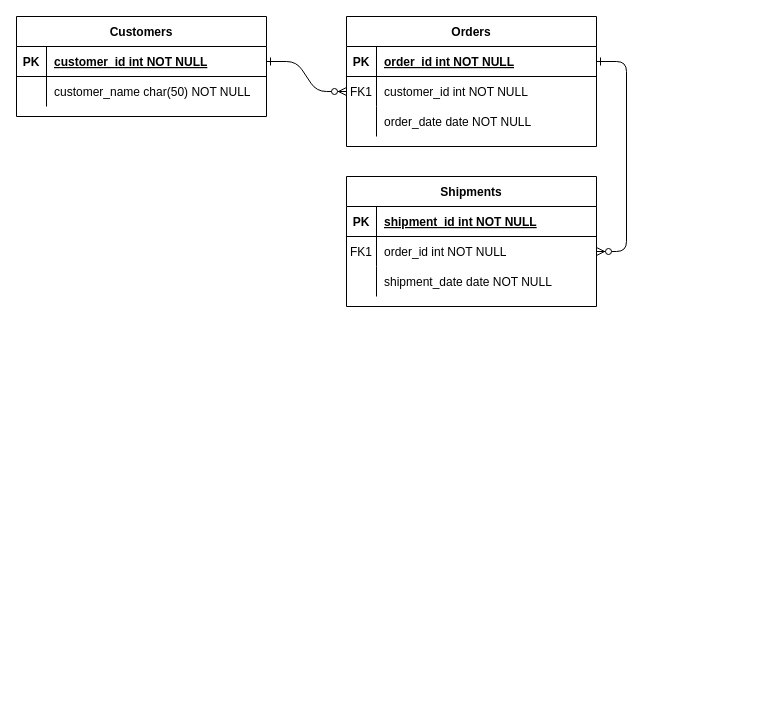
Above: Diagrama sin título.drawio in hygelinger/datasciencecoursera (draw.io), before the change. Source tidied: cells renumbered, new cells numbered last; positions are measured from the earlier drawing's top-left corner, leaving out a move shared by most shapes. Both pictures are drawn from the tidied source at 100%, with x=0, y=0 at pixel (16, 16).
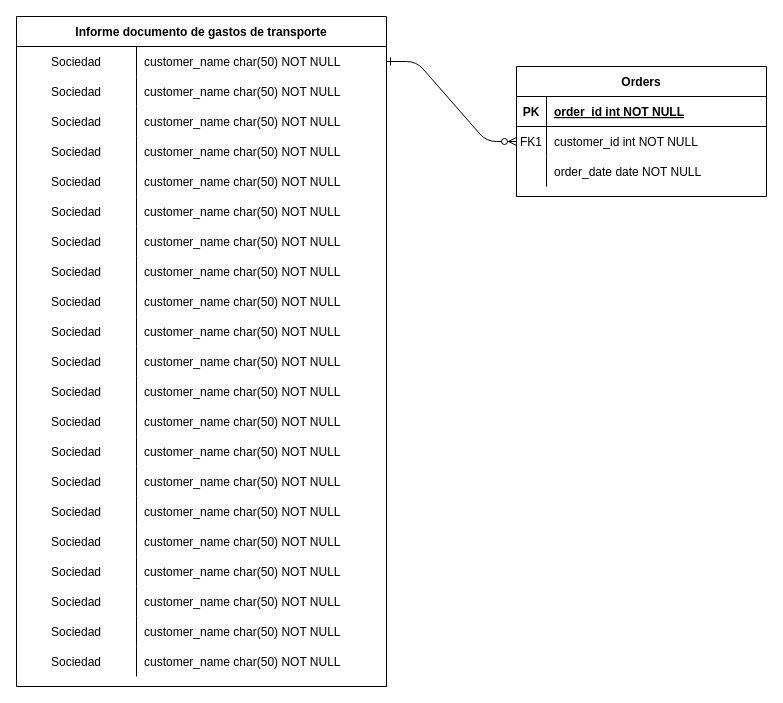
The same page after the edit.

The change refers to these unchanged cells:
```xml
<mxCell id="5" style="shape=partialRectangle;fillColor=none;points=[[0,0.5],[1,0.5]];portConstraint=eastwest;top=0;left=0;right=0;bottom=1;" parent="4" vertex="1">
  <mxGeometry y="30" width="250" height="30" as="geometry" />
</mxCell>
<mxCell id="8" style="shape=partialRectangle;fillColor=none;points=[[0,0.5],[1,0.5]];portConstraint=eastwest;top=0;left=0;right=0;bottom=0;" parent="4" vertex="1">
  <mxGeometry y="60" width="250" height="30" as="geometry" />
</mxCell>
```

What changed in the source:
```diff
@@
-    <mxCell id="2" style="edgeStyle=entityRelationEdgeStyle;endArrow=ERzeroToMany;startArrow=ERone;endFill=1;startFill=0;" parent="1" edge="1" source="25" target="8">
-      <mxGeometry relative="1" as="geometry" />
+    <mxCell id="2" style="edgeStyle=entityRelationEdgeStyle;endArrow=ERzeroToMany;startArrow=ERone;endFill=1;startFill=0;" parent="1" edge="1" target="8">
+      <mxGeometry relative="1" as="geometry">
+        <mxPoint x="370" y="45" as="sourcePoint" />
+      </mxGeometry>
     </mxCell>
-    <mxCell id="3" style="edgeStyle=entityRelationEdgeStyle;endArrow=ERzeroToMany;startArrow=ERone;endFill=1;startFill=0;" parent="1" edge="1" source="5" target="18">
-      <mxGeometry relative="1" as="geometry" />
-    </mxCell>
     <mxCell id="4" value="Orders" style="shape=table;startSize=30;childLayout=tableLayout;rowLines=0;fontStyle=1;align=center;" parent="1" vertex="1">
-      <mxGeometry x="330" width="250" height="130" as="geometry" />
+      <mxGeometry x="500" y="50" width="250" height="130" as="geometry" />
     </mxCell>
@@
-    <mxCell id="14" value="Shipments" style="shape=table;startSize=30;childLayout=tableLayout;rowLines=0;fontStyle=1;align=center;" parent="1" vertex="1">
-      <mxGeometry x="330" y="160" width="250" height="130" as="geometry" />
-    </mxCell>
-    <mxCell id="15" style="shape=partialRectangle;fillColor=none;top=0;left=0;right=0;bottom=1;" parent="14" vertex="1">
-      <mxGeometry y="30" width="250" height="30" as="geometry" />
-    </mxCell>
-    <mxCell id="16" value="PK" style="shape=partialRectangle;overflow=hidden;fillColor=none;top=0;left=0;bottom=0;right=0;fontStyle=1;" parent="15" vertex="1">
-      <mxGeometry width="30" height="30" as="geometry" />
-    </mxCell>
-    <mxCell id="17" value="shipment_id int NOT NULL " style="shape=partialRectangle;overflow=hidden;fillColor=none;top=0;left=0;bottom=0;right=0;align=left;spacingLeft=6;fontStyle=5;" parent="15" vertex="1">
-      <mxGeometry x="30" width="220" height="30" as="geometry" />
-    </mxCell>
-    <mxCell id="18" style="shape=partialRectangle;fillColor=none;points=[[0,0.5],[1,0.5]];portConstraint=eastwest;top=0;left=0;right=0;bottom=0;" parent="14" vertex="1">
-      <mxGeometry y="60" width="250" height="30" as="geometry" />
-    </mxCell>
-    <mxCell id="19" value="FK1" style="shape=partialRectangle;overflow=hidden;fillColor=none;top=0;left=0;bottom=0;right=0;" parent="18" vertex="1">
-      <mxGeometry width="30" height="30" as="geometry" />
-    </mxCell>
-    <mxCell id="20" value="order_id int NOT NULL" style="shape=partialRectangle;overflow=hidden;fillColor=none;top=0;left=0;bottom=0;right=0;align=left;spacingLeft=6;" parent="18" vertex="1">
-      <mxGeometry x="30" width="220" height="30" as="geometry" />
-    </mxCell>
-    <mxCell id="21" style="shape=partialRectangle;fillColor=none;top=0;left=0;right=0;bottom=0;" parent="14" vertex="1">
-      <mxGeometry y="90" width="250" height="30" as="geometry" />
-    </mxCell>
-    <mxCell id="22" style="shape=partialRectangle;overflow=hidden;fillColor=none;top=0;left=0;bottom=0;right=0;" parent="21" vertex="1">
-      <mxGeometry width="30" height="30" as="geometry" />
-    </mxCell>
-    <mxCell id="23" value="shipment_date date NOT NULL" style="shape=partialRectangle;overflow=hidden;fillColor=none;top=0;left=0;bottom=0;right=0;align=left;spacingLeft=6;" parent="21" vertex="1">
-      <mxGeometry x="30" width="220" height="30" as="geometry" />
-    </mxCell>
-    <mxCell id="24" value="Customers" style="shape=table;startSize=30;childLayout=tableLayout;rowLines=0;fontStyle=1;align=center;" parent="1" vertex="1">
-      <mxGeometry width="250" height="100" as="geometry" />
+    <mxCell id="24" value="Informe documento de gastos de transporte" style="shape=table;startSize=30;childLayout=tableLayout;rowLines=0;fontStyle=1;align=center;" parent="1" vertex="1">
+      <mxGeometry width="370" height="670" as="geometry" />
     </mxCell>
-    <mxCell id="25" style="shape=partialRectangle;fillColor=none;points=[[0,0.5],[1,0.5]];portConstraint=eastwest;top=0;left=0;right=0;bottom=1;" parent="24" vertex="1">
-      <mxGeometry y="30" width="250" height="30" as="geometry" />
-    </mxCell>
-    <mxCell id="26" value="PK" style="shape=partialRectangle;overflow=hidden;fillColor=none;top=0;left=0;bottom=0;right=0;fontStyle=1;" parent="25" vertex="1">
-      <mxGeometry width="30" height="30" as="geometry" />
-    </mxCell>
-    <mxCell id="27" value="customer_id int NOT NULL " style="shape=partialRectangle;overflow=hidden;fillColor=none;top=0;left=0;bottom=0;right=0;align=left;spacingLeft=6;fontStyle=5;" parent="25" vertex="1">
-      <mxGeometry x="30" width="220" height="30" as="geometry" />
-    </mxCell>
     <mxCell id="28" style="shape=partialRectangle;fillColor=none;top=0;left=0;right=0;bottom=0;" parent="24" vertex="1">
-      <mxGeometry y="60" width="250" height="30" as="geometry" />
+      <mxGeometry y="30" width="370" height="30" as="geometry" />
     </mxCell>
-    <mxCell id="29" style="shape=partialRectangle;overflow=hidden;fillColor=none;top=0;left=0;bottom=0;right=0;" parent="28" vertex="1">
-      <mxGeometry width="30" height="30" as="geometry" />
+    <mxCell id="29" value="Sociedad" style="shape=partialRectangle;overflow=hidden;fillColor=none;top=0;left=0;bottom=0;right=0;" parent="28" vertex="1">
+      <mxGeometry width="120" height="30" as="geometry" />
     </mxCell>
     <mxCell id="30" value="customer_name char(50) NOT NULL" style="shape=partialRectangle;overflow=hidden;fillColor=none;top=0;left=0;bottom=0;right=0;align=left;spacingLeft=6;" parent="28" vertex="1">
-      <mxGeometry x="30" width="220" height="30" as="geometry" />
+      <mxGeometry x="120" width="250" height="30" as="geometry" />
     </mxCell>
+    <mxCell id="31" style="shape=partialRectangle;fillColor=none;top=0;left=0;right=0;bottom=0;" parent="24" vertex="1">
+      <mxGeometry y="60" width="370" height="30" as="geometry" />
+    </mxCell>
+    <mxCell id="32" value="Sociedad" style="shape=partialRectangle;overflow=hidden;fillColor=none;top=0;left=0;bottom=0;right=0;" parent="31" vertex="1">
+      <mxGeometry width="120" height="30" as="geometry" />
+    </mxCell>
+    <mxCell id="33" value="customer_name char(50) NOT NULL" style="shape=partialRectangle;overflow=hidden;fillColor=none;top=0;left=0;bottom=0;right=0;align=left;spacingLeft=6;" parent="31" vertex="1">
+      <mxGeometry x="120" width="250" height="30" as="geometry" />
+    </mxCell>
+    <mxCell id="34" style="shape=partialRectangle;fillColor=none;top=0;left=0;right=0;bottom=0;" parent="24" vertex="1">
+      <mxGeometry y="90" width="370" height="30" as="geometry" />
+    </mxCell>
+    <mxCell id="35" value="Sociedad" style="shape=partialRectangle;overflow=hidden;fillColor=none;top=0;left=0;bottom=0;right=0;" parent="34" vertex="1">
+      <mxGeometry width="120" height="30" as="geometry" />
+    </mxCell>
+    <mxCell id="36" value="customer_name char(50) NOT NULL" style="shape=partialRectangle;overflow=hidden;fillColor=none;top=0;left=0;bottom=0;right=0;align=left;spacingLeft=6;" parent="34" vertex="1">
+      <mxGeometry x="120" width="250" height="30" as="geometry" />
+    </mxCell>
+    <mxCell id="37" style="shape=partialRectangle;fillColor=none;top=0;left=0;right=0;bottom=0;" parent="24" vertex="1">
+      <mxGeometry y="120" width="370" height="30" as="geometry" />
+    </mxCell>
+    <mxCell id="38" value="Sociedad" style="shape=partialRectangle;overflow=hidden;fillColor=none;top=0;left=0;bottom=0;right=0;" parent="37" vertex="1">
+      <mxGeometry width="120" height="30" as="geometry" />
+    </mxCell>
+    <mxCell id="39" value="customer_name char(50) NOT NULL" style="shape=partialRectangle;overflow=hidden;fillColor=none;top=0;left=0;bottom=0;right=0;align=left;spacingLeft=6;" parent="37" vertex="1">
+      <mxGeometry x="120" width="250" height="30" as="geometry" />
+    </mxCell>
+    <mxCell id="40" style="shape=partialRectangle;fillColor=none;top=0;left=0;right=0;bottom=0;" parent="24" vertex="1">
+      <mxGeometry y="150" width="370" height="30" as="geometry" />
+    </mxCell>
+    <mxCell id="41" value="Sociedad" style="shape=partialRectangle;overflow=hidden;fillColor=none;top=0;left=0;bottom=0;right=0;" parent="40" vertex="1">
+      <mxGeometry width="120" height="30" as="geometry" />
+    </mxCell>
+    <mxCell id="42" value="customer_name char(50) NOT NULL" style="shape=partialRectangle;overflow=hidden;fillColor=none;top=0;left=0;bottom=0;right=0;align=left;spacingLeft=6;" parent="40" vertex="1">
+      <mxGeometry x="120" width="250" height="30" as="geometry" />
+    </mxCell>
+    <mxCell id="43" style="shape=partialRectangle;fillColor=none;top=0;left=0;right=0;bottom=0;" parent="24" vertex="1">
+      <mxGeometry y="180" width="370" height="30" as="geometry" />
+    </mxCell>
+    <mxCell id="44" value="Sociedad" style="shape=partialRectangle;overflow=hidden;fillColor=none;top=0;left=0;bottom=0;right=0;" parent="43" vertex="1">
+      <mxGeometry width="120" height="30" as="geometry" />
+    </mxCell>
+    <mxCell id="45" value="customer_name char(50) NOT NULL" style="shape=partialRectangle;overflow=hidden;fillColor=none;top=0;left=0;bottom=0;right=0;align=left;spacingLeft=6;" parent="43" vertex="1">
+      <mxGeometry x="120" width="250" height="30" as="geometry" />
+    </mxCell>
+    <mxCell id="46" style="shape=partialRectangle;fillColor=none;top=0;left=0;right=0;bottom=0;" parent="24" vertex="1">
+      <mxGeometry y="210" width="370" height="30" as="geometry" />
+    </mxCell>
+    <mxCell id="47" value="Sociedad" style="shape=partialRectangle;overflow=hidden;fillColor=none;top=0;left=0;bottom=0;right=0;" parent="46" vertex="1">
+      <mxGeometry width="120" height="30" as="geometry" />
+    </mxCell>
+    <mxCell id="48" value="customer_name char(50) NOT NULL" style="shape=partialRectangle;overflow=hidden;fillColor=none;top=0;left=0;bottom=0;right=0;align=left;spacingLeft=6;" parent="46" vertex="1">
+      <mxGeometry x="120" width="250" height="30" as="geometry" />
+    </mxCell>
+    <mxCell id="49" style="shape=partialRectangle;fillColor=none;top=0;left=0;right=0;bottom=0;" parent="24" vertex="1">
+      <mxGeometry y="240" width="370" height="30" as="geometry" />
+    </mxCell>
+    <mxCell id="50" value="Sociedad" style="shape=partialRectangle;overflow=hidden;fillColor=none;top=0;left=0;bottom=0;right=0;" parent="49" vertex="1">
+      <mxGeometry width="120" height="30" as="geometry" />
+    </mxCell>
+    <mxCell id="51" value="customer_name char(50) NOT NULL" style="shape=partialRectangle;overflow=hidden;fillColor=none;top=0;left=0;bottom=0;right=0;align=left;spacingLeft=6;" parent="49" vertex="1">
+      <mxGeometry x="120" width="250" height="30" as="geometry" />
+    </mxCell>
+    <mxCell id="52" style="shape=partialRectangle;fillColor=none;top=0;left=0;right=0;bottom=0;" parent="24" vertex="1">
+      <mxGeometry y="270" width="370" height="30" as="geometry" />
+    </mxCell>
+    <mxCell id="53" value="Sociedad" style="shape=partialRectangle;overflow=hidden;fillColor=none;top=0;left=0;bottom=0;right=0;" parent="52" vertex="1">
+      <mxGeometry width="120" height="30" as="geometry" />
+    </mxCell>
+    <mxCell id="54" value="customer_name char(50) NOT NULL" style="shape=partialRectangle;overflow=hidden;fillColor=none;top=0;left=0;bottom=0;right=0;align=left;spacingLeft=6;" parent="52" vertex="1">
+      <mxGeometry x="120" width="250" height="30" as="geometry" />
+    </mxCell>
+    <mxCell id="55" style="shape=partialRectangle;fillColor=none;top=0;left=0;right=0;bottom=0;" parent="24" vertex="1">
+      <mxGeometry y="300" width="370" height="30" as="geometry" />
+    </mxCell>
+    <mxCell id="56" value="Sociedad" style="shape=partialRectangle;overflow=hidden;fillColor=none;top=0;left=0;bottom=0;right=0;" parent="55" vertex="1">
+      <mxGeometry width="120" height="30" as="geometry" />
+    </mxCell>
+    <mxCell id="57" value="customer_name char(50) NOT NULL" style="shape=partialRectangle;overflow=hidden;fillColor=none;top=0;left=0;bottom=0;right=0;align=left;spacingLeft=6;" parent="55" vertex="1">
+      <mxGeometry x="120" width="250" height="30" as="geometry" />
+    </mxCell>
+    <mxCell id="58" style="shape=partialRectangle;fillColor=none;top=0;left=0;right=0;bottom=0;" parent="24" vertex="1">
+      <mxGeometry y="330" width="370" height="30" as="geometry" />
+    </mxCell>
+    <mxCell id="59" value="Sociedad" style="shape=partialRectangle;overflow=hidden;fillColor=none;top=0;left=0;bottom=0;right=0;" parent="58" vertex="1">
+      <mxGeometry width="120" height="30" as="geometry" />
+    </mxCell>
+    <mxCell id="60" value="customer_name char(50) NOT NULL" style="shape=partialRectangle;overflow=hidden;fillColor=none;top=0;left=0;bottom=0;right=0;align=left;spacingLeft=6;" parent="58" vertex="1">
+      <mxGeometry x="120" width="250" height="30" as="geometry" />
+    </mxCell>
+    <mxCell id="61" style="shape=partialRectangle;fillColor=none;top=0;left=0;right=0;bottom=0;" parent="24" vertex="1">
+      <mxGeometry y="360" width="370" height="30" as="geometry" />
+    </mxCell>
+    <mxCell id="62" value="Sociedad" style="shape=partialRectangle;overflow=hidden;fillColor=none;top=0;left=0;bottom=0;right=0;" parent="61" vertex="1">
+      <mxGeometry width="120" height="30" as="geometry" />
+    </mxCell>
+    <mxCell id="63" value="customer_name char(50) NOT NULL" style="shape=partialRectangle;overflow=hidden;fillColor=none;top=0;left=0;bottom=0;right=0;align=left;spacingLeft=6;" parent="61" vertex="1">
+      <mxGeometry x="120" width="250" height="30" as="geometry" />
+    </mxCell>
+    <mxCell id="64" style="shape=partialRectangle;fillColor=none;top=0;left=0;right=0;bottom=0;" parent="24" vertex="1">
+      <mxGeometry y="390" width="370" height="30" as="geometry" />
+    </mxCell>
+    <mxCell id="65" value="Sociedad" style="shape=partialRectangle;overflow=hidden;fillColor=none;top=0;left=0;bottom=0;right=0;" parent="64" vertex="1">
+      <mxGeometry width="120" height="30" as="geometry" />
+    </mxCell>
+    <mxCell id="66" value="customer_name char(50) NOT NULL" style="shape=partialRectangle;overflow=hidden;fillColor=none;top=0;left=0;bottom=0;right=0;align=left;spacingLeft=6;" parent="64" vertex="1">
+      <mxGeometry x="120" width="250" height="30" as="geometry" />
+    </mxCell>
+    <mxCell id="67" style="shape=partialRectangle;fillColor=none;top=0;left=0;right=0;bottom=0;" parent="24" vertex="1">
+      <mxGeometry y="420" width="370" height="30" as="geometry" />
+    </mxCell>
+    <mxCell id="68" value="Sociedad" style="shape=partialRectangle;overflow=hidden;fillColor=none;top=0;left=0;bottom=0;right=0;" parent="67" vertex="1">
+      <mxGeometry width="120" height="30" as="geometry" />
+    </mxCell>
+    <mxCell id="69" value="customer_name char(50) NOT NULL" style="shape=partialRectangle;overflow=hidden;fillColor=none;top=0;left=0;bottom=0;right=0;align=left;spacingLeft=6;" parent="67" vertex="1">
+      <mxGeometry x="120" width="250" height="30" as="geometry" />
+    </mxCell>
+    <mxCell id="70" style="shape=partialRectangle;fillColor=none;top=0;left=0;right=0;bottom=0;" parent="24" vertex="1">
+      <mxGeometry y="450" width="370" height="30" as="geometry" />
+    </mxCell>
+    <mxCell id="71" value="Sociedad" style="shape=partialRectangle;overflow=hidden;fillColor=none;top=0;left=0;bottom=0;right=0;" parent="70" vertex="1">
+      <mxGeometry width="120" height="30" as="geometry" />
+    </mxCell>
+    <mxCell id="72" value="customer_name char(50) NOT NULL" style="shape=partialRectangle;overflow=hidden;fillColor=none;top=0;left=0;bottom=0;right=0;align=left;spacingLeft=6;" parent="70" vertex="1">
+      <mxGeometry x="120" width="250" height="30" as="geometry" />
+    </mxCell>
+    <mxCell id="73" style="shape=partialRectangle;fillColor=none;top=0;left=0;right=0;bottom=0;" parent="24" vertex="1">
+      <mxGeometry y="480" width="370" height="30" as="geometry" />
+    </mxCell>
+    <mxCell id="74" value="Sociedad" style="shape=partialRectangle;overflow=hidden;fillColor=none;top=0;left=0;bottom=0;right=0;" parent="73" vertex="1">
+      <mxGeometry width="120" height="30" as="geometry" />
+    </mxCell>
+    <mxCell id="75" value="customer_name char(50) NOT NULL" style="shape=partialRectangle;overflow=hidden;fillColor=none;top=0;left=0;bottom=0;right=0;align=left;spacingLeft=6;" parent="73" vertex="1">
+      <mxGeometry x="120" width="250" height="30" as="geometry" />
+    </mxCell>
+    <mxCell id="76" style="shape=partialRectangle;fillColor=none;top=0;left=0;right=0;bottom=0;" parent="24" vertex="1">
+      <mxGeometry y="510" width="370" height="30" as="geometry" />
+    </mxCell>
+    <mxCell id="77" value="Sociedad" style="shape=partialRectangle;overflow=hidden;fillColor=none;top=0;left=0;bottom=0;right=0;" parent="76" vertex="1">
+      <mxGeometry width="120" height="30" as="geometry" />
+    </mxCell>
+    <mxCell id="78" value="customer_name char(50) NOT NULL" style="shape=partialRectangle;overflow=hidden;fillColor=none;top=0;left=0;bottom=0;right=0;align=left;spacingLeft=6;" parent="76" vertex="1">
+      <mxGeometry x="120" width="250" height="30" as="geometry" />
+    </mxCell>
+    <mxCell id="79" style="shape=partialRectangle;fillColor=none;top=0;left=0;right=0;bottom=0;" parent="24" vertex="1">
+      <mxGeometry y="540" width="370" height="30" as="geometry" />
+    </mxCell>
+    <mxCell id="80" value="Sociedad" style="shape=partialRectangle;overflow=hidden;fillColor=none;top=0;left=0;bottom=0;right=0;" parent="79" vertex="1">
+      <mxGeometry width="120" height="30" as="geometry" />
+    </mxCell>
+    <mxCell id="81" value="customer_name char(50) NOT NULL" style="shape=partialRectangle;overflow=hidden;fillColor=none;top=0;left=0;bottom=0;right=0;align=left;spacingLeft=6;" parent="79" vertex="1">
+      <mxGeometry x="120" width="250" height="30" as="geometry" />
+    </mxCell>
+    <mxCell id="82" style="shape=partialRectangle;fillColor=none;top=0;left=0;right=0;bottom=0;" parent="24" vertex="1">
+      <mxGeometry y="570" width="370" height="30" as="geometry" />
+    </mxCell>
+    <mxCell id="83" value="Sociedad" style="shape=partialRectangle;overflow=hidden;fillColor=none;top=0;left=0;bottom=0;right=0;" parent="82" vertex="1">
+      <mxGeometry width="120" height="30" as="geometry" />
+    </mxCell>
+    <mxCell id="84" value="customer_name char(50) NOT NULL" style="shape=partialRectangle;overflow=hidden;fillColor=none;top=0;left=0;bottom=0;right=0;align=left;spacingLeft=6;" parent="82" vertex="1">
+      <mxGeometry x="120" width="250" height="30" as="geometry" />
+    </mxCell>
+    <mxCell id="85" style="shape=partialRectangle;fillColor=none;top=0;left=0;right=0;bottom=0;" parent="24" vertex="1">
+      <mxGeometry y="600" width="370" height="30" as="geometry" />
+    </mxCell>
+    <mxCell id="86" value="Sociedad" style="shape=partialRectangle;overflow=hidden;fillColor=none;top=0;left=0;bottom=0;right=0;" parent="85" vertex="1">
+      <mxGeometry width="120" height="30" as="geometry" />
+    </mxCell>
+    <mxCell id="87" value="customer_name char(50) NOT NULL" style="shape=partialRectangle;overflow=hidden;fillColor=none;top=0;left=0;bottom=0;right=0;align=left;spacingLeft=6;" parent="85" vertex="1">
+      <mxGeometry x="120" width="250" height="30" as="geometry" />
+    </mxCell>
+    <mxCell id="88" style="shape=partialRectangle;fillColor=none;top=0;left=0;right=0;bottom=0;" parent="24" vertex="1">
+      <mxGeometry y="630" width="370" height="30" as="geometry" />
+    </mxCell>
+    <mxCell id="89" value="Sociedad" style="shape=partialRectangle;overflow=hidden;fillColor=none;top=0;left=0;bottom=0;right=0;" parent="88" vertex="1">
+      <mxGeometry width="120" height="30" as="geometry" />
+    </mxCell>
+    <mxCell id="90" value="customer_name char(50) NOT NULL" style="shape=partialRectangle;overflow=hidden;fillColor=none;top=0;left=0;bottom=0;right=0;align=left;spacingLeft=6;" parent="88" vertex="1">
+      <mxGeometry x="120" width="250" height="30" as="geometry" />
+    </mxCell>
```
